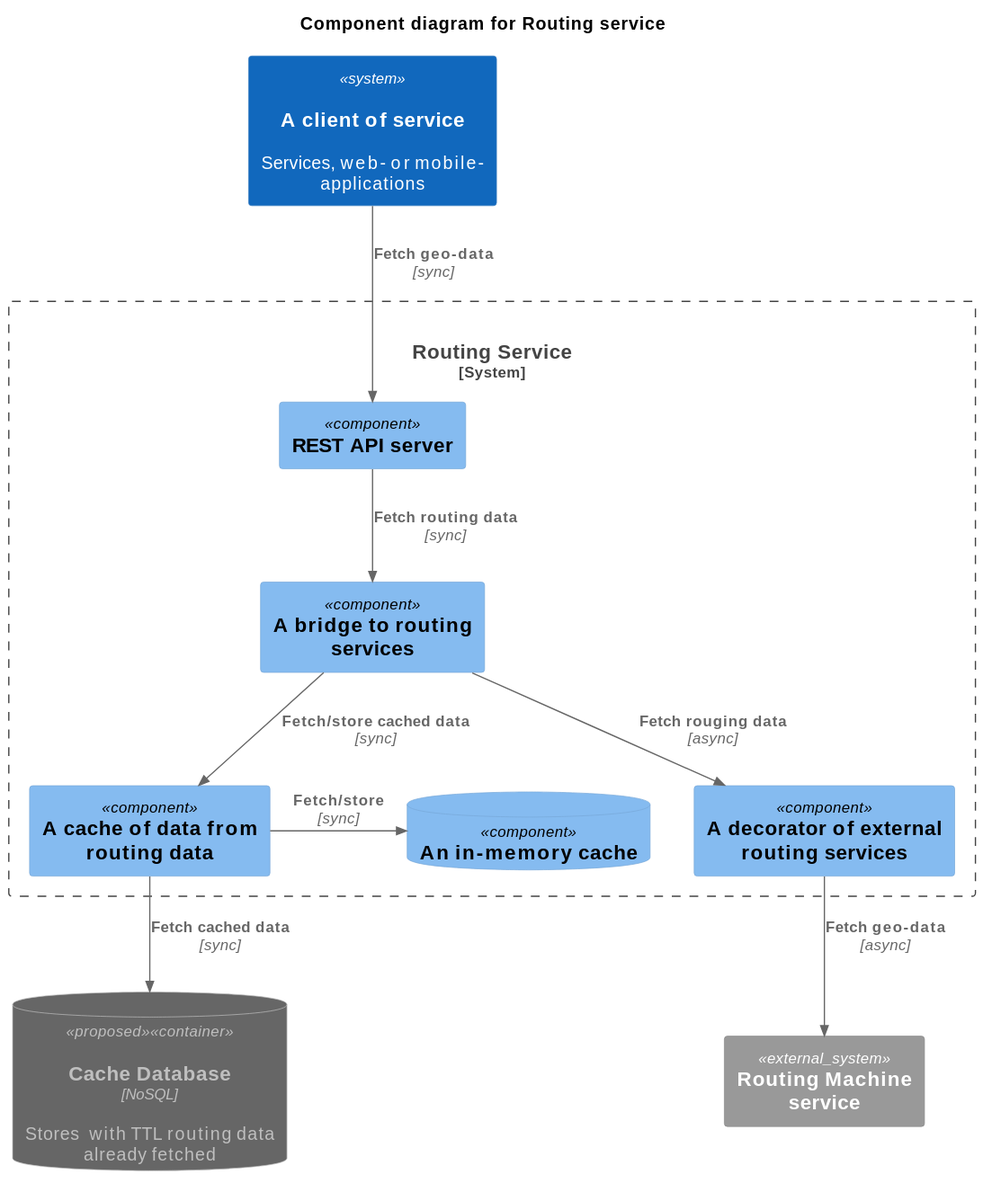
Above: docs/architecture.wsd.svg in 7phs/router (PlantUML), before the change.
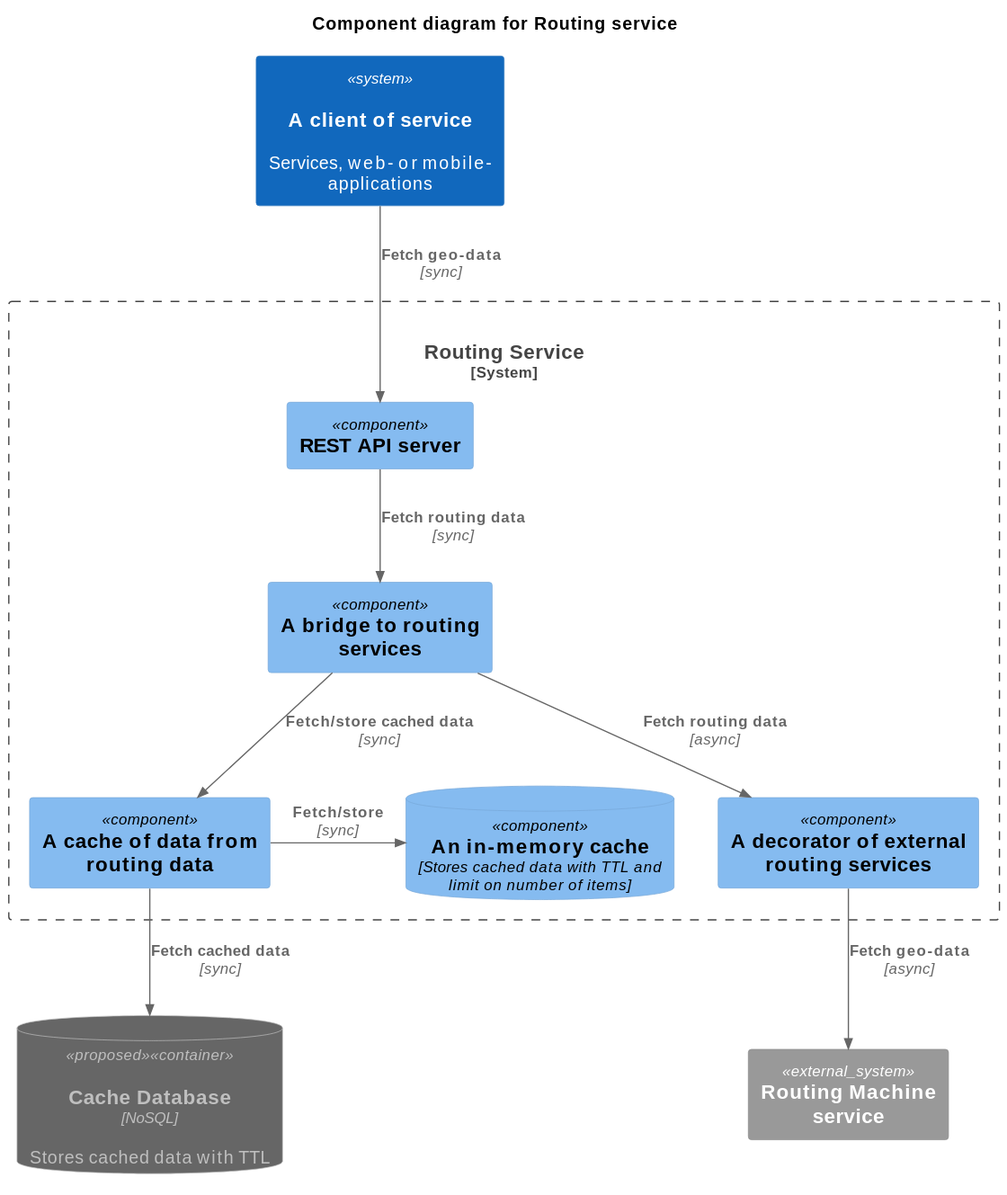
After the commit.

What changed in the source:
```diff
@@ -22,17 +22,17 @@
 System_Boundary(api, "Routing Service") {
     Component(rest_api, "REST API server")
     Component(bridge, "A bridge to routing services")
-    ComponentDb(mem_cache, "An in-memory cache")
+    ComponentDb(mem_cache, "An in-memory cache", "Stores cached data with TTL and limit on number of items")
     Component(cache, "A cache of data from routing data")
     Component(decorator, "A decorator of external routing services")
 
     Rel_Neighbor(cache, mem_cache, "Fetch/store", "sync")
     Rel(rest_api, bridge, "Fetch routing data", "sync")
     Rel(bridge, cache, "Fetch/store cached data", "sync")
-    Rel(bridge, decorator, "Fetch rouging data", "async")
+    Rel(bridge, decorator, "Fetch routing data", "async")
 }
 
-ContainerDb(cach_db, "Cache Database", "NoSQL", "Stores  with TTL routing data already fetched", "proposed", $sprite="postgresql,color=gray")
+ContainerDb(cach_db, "Cache Database", "NoSQL", "Stores cached data with TTL", "proposed", $sprite="postgresql,color=gray")
 
 System_Ext(osrm, "Routing Machine service")
 
```
